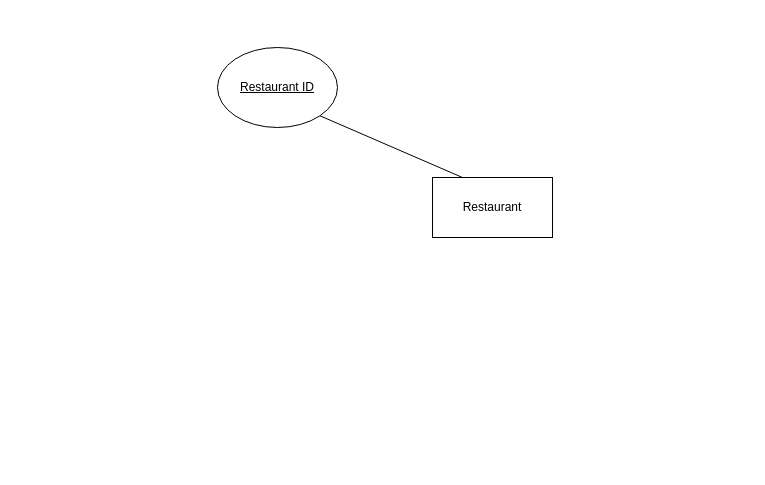
MemoryWorld/myssh keeps this draw.io diagram as 未命名绘图.drawio. Above is the earlier version. Source tidied: cells renumbered, new cells numbered last; positions are measured from the earlier drawing's top-left corner, leaving out a move shared by most shapes. Both pictures are drawn from the tidied source at 100%, with x=0, y=0 at pixel (217, 47).
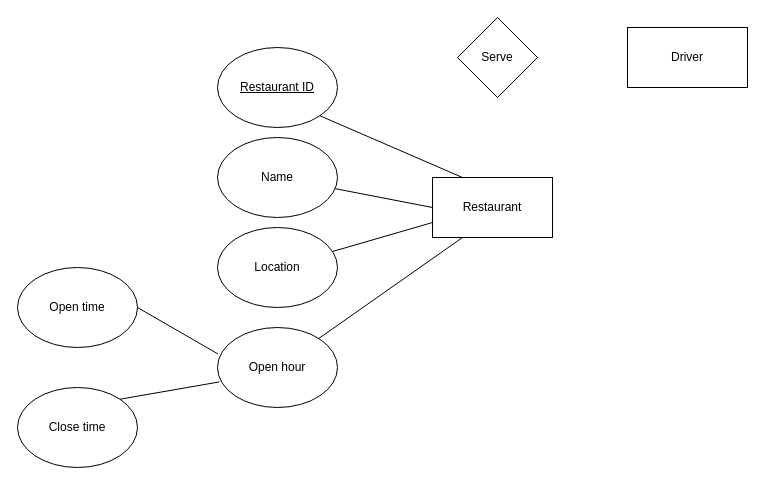
After the change.

Change to the diagram source:
```diff
@@
 <mxGraphModel>
   <root>
     <mxCell id="0" />
     <mxCell id="1" parent="0" />
+    <mxCell id="5" style="edgeStyle=none;rounded=0;jettySize=auto;html=1;exitX=0;exitY=0.75;exitDx=0;exitDy=0;endArrow=none;startFill=0;" parent="1" edge="1" source="2" target="9">
+      <mxGeometry relative="1" as="geometry" />
+    </mxCell>
+    <mxCell id="6" style="edgeStyle=none;rounded=0;jettySize=auto;html=1;exitX=0.25;exitY=1;exitDx=0;exitDy=0;endArrow=none;startFill=0;" parent="1" edge="1" source="2" target="10">
+      <mxGeometry relative="1" as="geometry" />
+    </mxCell>
     <mxCell id="2" value="Restaurant" style="rounded=0;whiteSpace=wrap;html=1;shadow=0;" parent="1" vertex="1">
       <mxGeometry x="215" y="130" width="120" height="60" as="geometry" />
     </mxCell>
     <mxCell id="3" style="edgeStyle=none;rounded=0;jettySize=auto;html=1;exitX=1;exitY=1;exitDx=0;exitDy=0;entryX=0.25;entryY=0;entryDx=0;entryDy=0;endArrow=none;startFill=0;" parent="1" edge="1" source="4" target="2">
       <mxGeometry relative="1" as="geometry" />
     </mxCell>
     <mxCell id="4" value="Restaurant ID" style="ellipse;whiteSpace=wrap;html=1;fontStyle=4;" parent="1" vertex="1">
       <mxGeometry width="120" height="80" as="geometry" />
     </mxCell>
+    <mxCell id="7" style="edgeStyle=none;rounded=0;jettySize=auto;html=1;endArrow=none;startFill=0;entryX=0;entryY=0.5;entryDx=0;entryDy=0;" parent="1" edge="1" source="8" target="2">
+      <mxGeometry relative="1" as="geometry" />
+    </mxCell>
+    <mxCell id="8" value="Name" style="ellipse;whiteSpace=wrap;html=1;" parent="1" vertex="1">
+      <mxGeometry y="90" width="120" height="80" as="geometry" />
+    </mxCell>
+    <mxCell id="9" value="Location" style="ellipse;whiteSpace=wrap;html=1;" parent="1" vertex="1">
+      <mxGeometry y="180" width="120" height="80" as="geometry" />
+    </mxCell>
+    <mxCell id="10" value="Open hour" style="ellipse;whiteSpace=wrap;html=1;" parent="1" vertex="1">
+      <mxGeometry y="280" width="120" height="80" as="geometry" />
+    </mxCell>
+    <mxCell id="11" value="Open time" style="ellipse;whiteSpace=wrap;html=1;" parent="1" vertex="1">
+      <mxGeometry x="-200" y="220" width="120" height="80" as="geometry" />
+    </mxCell>
+    <mxCell id="12" value="Close time" style="ellipse;whiteSpace=wrap;html=1;" parent="1" vertex="1">
+      <mxGeometry x="-200" y="340" width="120" height="80" as="geometry" />
+    </mxCell>
+    <mxCell id="13" style="edgeStyle=none;rounded=0;jettySize=auto;html=1;exitX=1;exitY=0;exitDx=0;exitDy=0;entryX=0.017;entryY=0.68;entryDx=0;entryDy=0;entryPerimeter=0;endArrow=none;startFill=0;" parent="1" edge="1" source="12" target="10">
+      <mxGeometry relative="1" as="geometry" />
+    </mxCell>
+    <mxCell id="14" style="edgeStyle=none;rounded=0;jettySize=auto;html=1;exitX=1;exitY=0.5;exitDx=0;exitDy=0;entryX=0.003;entryY=0.33;entryDx=0;entryDy=0;entryPerimeter=0;endArrow=none;startFill=0;" parent="1" edge="1" source="11" target="10">
+      <mxGeometry relative="1" as="geometry" />
+    </mxCell>
+    <mxCell id="15" value="Driver" style="rounded=0;whiteSpace=wrap;html=1;" parent="1" vertex="1">
+      <mxGeometry x="410" y="-20" width="120" height="60" as="geometry" />
+    </mxCell>
+    <mxCell id="16" value="Serve" style="rhombus;whiteSpace=wrap;html=1;" parent="1" vertex="1">
+      <mxGeometry x="240" y="-30" width="80" height="80" as="geometry" />
+    </mxCell>
   </root>
 </mxGraphModel>
```
